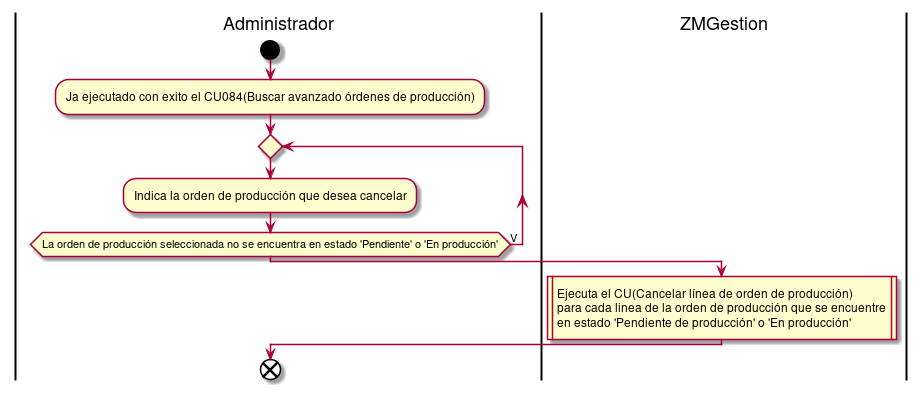
This is Informe Final/Imagenes/DiagramasActividad/DiagramaDeActividad/cancelarOrdenProduccion.png from ZMGestion/DocumentacionZMGestion, a PlantUML export, as it was before one commit.
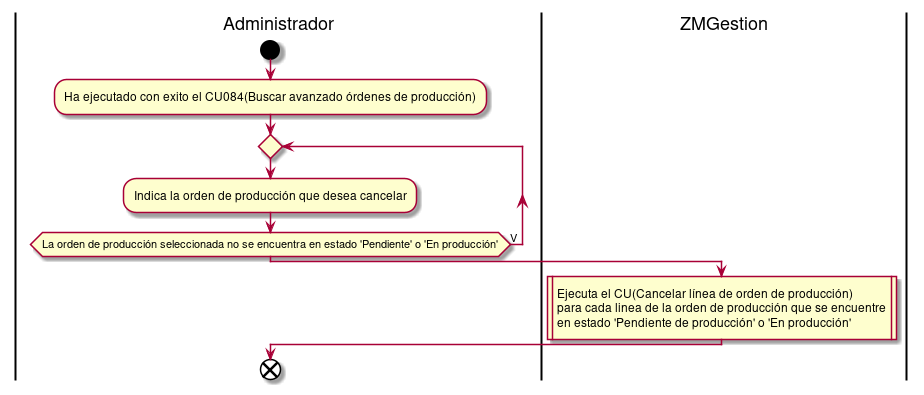
Above is the later version.

The edit, as a diff of the source:
```diff
@@ -1,7 +1,7 @@
 @startuml cancelarOrdenProduccion
 |Administrador|
 start
-:Ja ejecutado con exito el CU084(Buscar avanzado órdenes de producción);
+:Ha ejecutado con exito el CU084(Buscar avanzado órdenes de producción);
 repeat
 :Indica la orden de producción que desea cancelar;
 repeat while(La orden de producción seleccionada no se encuentra en estado 'Pendiente' o 'En producción') is (V)
```
